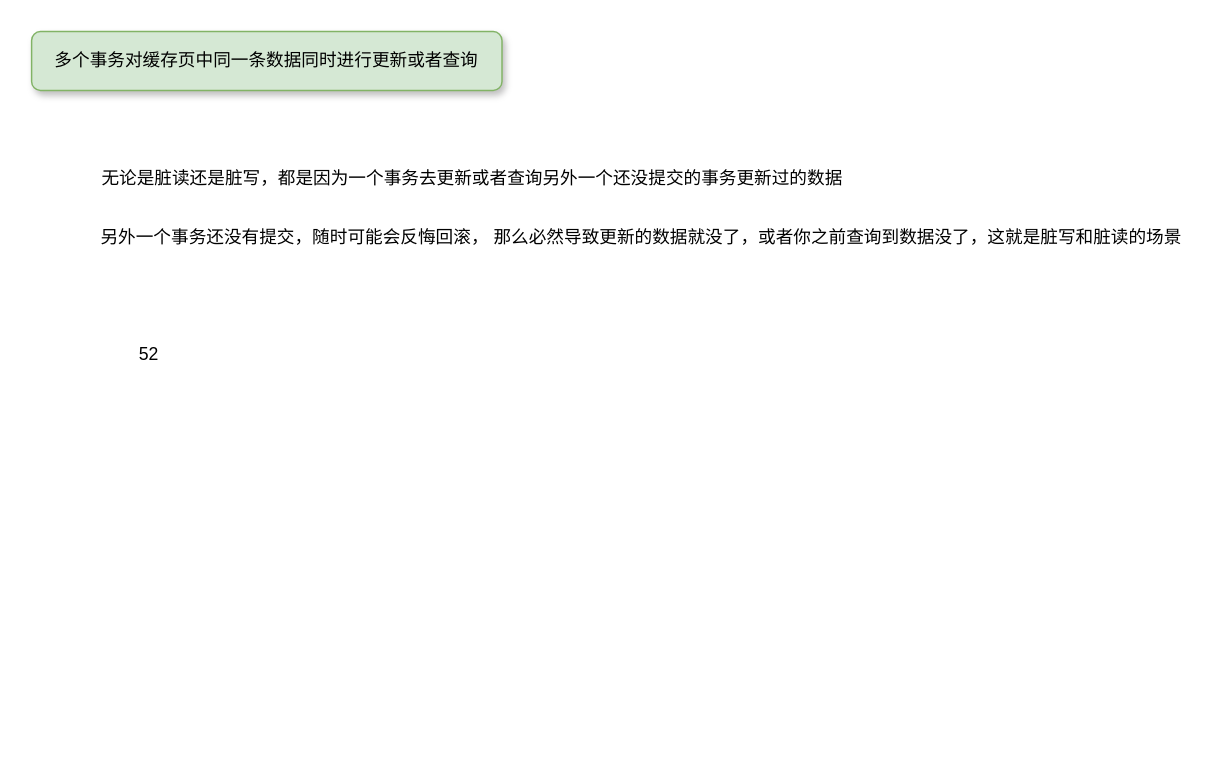
topyuluo/photo-project keeps this draw.io diagram as page "事务" (3 of 4) of mysql 实战优化 .drawio. Above is the earlier version. Source tidied: cells renumbered, new cells numbered last; positions are measured from the earlier drawing's top-left corner, leaving out a move shared by most shapes. Both pictures are drawn from the tidied source at 147%, with x=0, y=0 at pixel (31, 31).
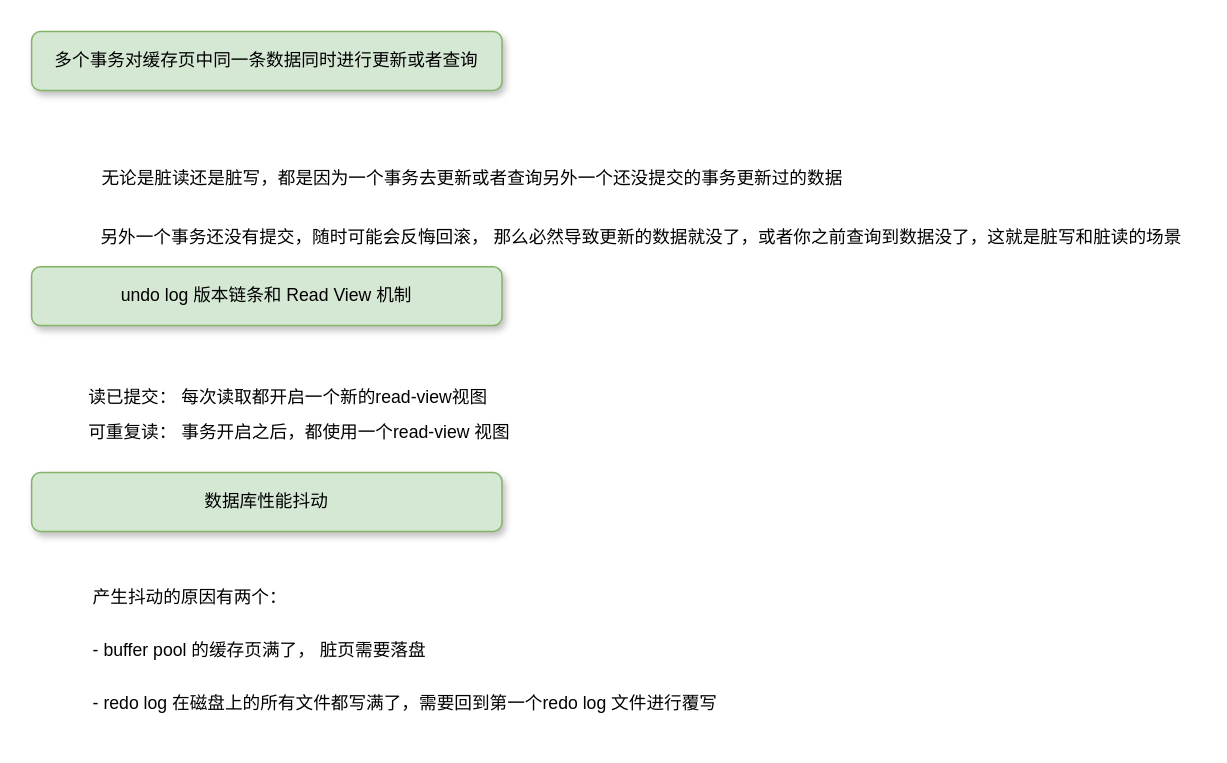
Above is the later version.

Commit message:
更新mysql 实战优化 .drawio

Change to the diagram source:
```diff
@@
 <mxGraphModel>
   <root>
     <mxCell id="0" />
     <mxCell id="1" parent="0" />
     <mxCell id="2" value="多个事务对缓存页中同一条数据同时进行更新或者查询" style="rounded=1;whiteSpace=wrap;html=1;fillColor=#d5e8d4;strokeColor=#82b366;shadow=1;" parent="1" vertex="1">
       <mxGeometry width="320" height="40" as="geometry" />
     </mxCell>
     <mxCell id="3" value="无论是脏读还是脏写，都是因为一个事务去更新或者查询另外一个还没提交的事务更新过的数据" style="text;html=1;strokeColor=none;fillColor=none;align=center;verticalAlign=middle;whiteSpace=wrap;rounded=0;shadow=1;" parent="1" vertex="1">
       <mxGeometry x="40" y="80" width="520" height="40" as="geometry" />
     </mxCell>
     <mxCell id="4" value="另外一个事务还没有提交，随时可能会反悔回滚， 那么必然导致更新的数据就没了，或者你之前查询到数据没了，这就是脏写和脏读的场景" style="text;html=1;strokeColor=none;fillColor=none;align=center;verticalAlign=middle;whiteSpace=wrap;rounded=0;shadow=1;" parent="1" vertex="1">
       <mxGeometry x="40" y="120" width="750" height="40" as="geometry" />
     </mxCell>
-    <mxCell id="5" value="52" style="text;html=1;strokeColor=none;fillColor=none;align=center;verticalAlign=middle;whiteSpace=wrap;rounded=0;shadow=1;" parent="1" vertex="1">
-      <mxGeometry x="60" y="210" width="40" height="20" as="geometry" />
-    </mxCell>
+    <mxCell id="6" value="undo log 版本链条和 Read View 机制" style="rounded=1;whiteSpace=wrap;html=1;fillColor=#d5e8d4;strokeColor=#82b366;shadow=1;" parent="1" vertex="1">
+      <mxGeometry y="160" width="320" height="40" as="geometry" />
+    </mxCell>
+    <mxCell id="7" value="&lt;p style=&quot;line-height: 200%&quot;&gt;读已提交： 每次读取都开启一个新的read-view视图&lt;br&gt;可重复读： 事务开启之后，都使用一个read-view 视图&lt;/p&gt;" style="text;html=1;strokeColor=none;fillColor=none;align=left;verticalAlign=middle;whiteSpace=wrap;rounded=0;shadow=1;" parent="1" vertex="1">
+      <mxGeometry x="37" y="240" width="750" height="40" as="geometry" />
+    </mxCell>
+    <mxCell id="8" value="数据库性能抖动" style="rounded=1;whiteSpace=wrap;html=1;fillColor=#d5e8d4;strokeColor=#82b366;shadow=1;" parent="1" vertex="1">
+      <mxGeometry y="300" width="320" height="40" as="geometry" />
+    </mxCell>
+    <mxCell id="9" value="&lt;p style=&quot;line-height: 200%&quot;&gt;产生抖动的原因有两个：&lt;/p&gt;&lt;p style=&quot;line-height: 200%&quot;&gt;- buffer pool 的缓存页满了， 脏页需要落盘&lt;/p&gt;&lt;p style=&quot;line-height: 200%&quot;&gt;- redo log 在磁盘上的所有文件都写满了，需要回到第一个redo log 文件进行覆写&lt;/p&gt;" style="text;html=1;strokeColor=none;fillColor=none;align=left;verticalAlign=middle;whiteSpace=wrap;rounded=0;shadow=1;" parent="1" vertex="1">
+      <mxGeometry x="40" y="370" width="750" height="100" as="geometry" />
+    </mxCell>
   </root>
 </mxGraphModel>
```
